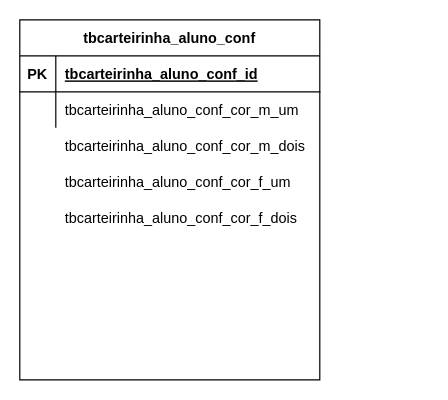
Before: carteirinha aluno modelagem.drawio in Djalma0multfacil/carteirinha_modelagem, a draw.io diagram. Source tidied: cells renumbered, new cells numbered last; positions are measured from the earlier drawing's top-left corner, leaving out a move shared by most shapes. Both pictures are drawn from the tidied source at 120%, with x=0, y=0 at pixel (19, 19).
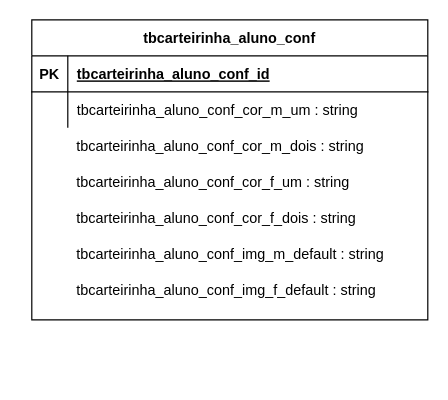
Above is the later version.

The edit, as a diff of the source:
```diff
@@
     <mxCell id="2" value="tbcarteirinha_aluno_conf" style="shape=table;startSize=30;childLayout=tableLayout;rowLines=0;fontStyle=1;align=center;" parent="1" vertex="1">
-      <mxGeometry width="250" height="300" as="geometry" />
+      <mxGeometry x="10" width="330" height="250" as="geometry" />
     </mxCell>
     <mxCell id="3" style="shape=partialRectangle;fillColor=none;top=0;left=0;right=0;bottom=1;" parent="2" vertex="1">
-      <mxGeometry y="30" width="250" height="30" as="geometry" />
+      <mxGeometry y="30" width="330" height="30" as="geometry" />
     </mxCell>
@@
     <mxCell id="5" value="tbcarteirinha_aluno_conf_id" style="shape=partialRectangle;overflow=hidden;fillColor=none;top=0;left=0;bottom=0;right=0;align=left;spacingLeft=6;fontStyle=5;" parent="3" vertex="1">
-      <mxGeometry x="30" width="220" height="30" as="geometry" />
+      <mxGeometry x="30" width="300" height="30" as="geometry" />
     </mxCell>
     <mxCell id="6" style="shape=partialRectangle;fillColor=none;top=0;left=0;right=0;bottom=0;" parent="2" vertex="1">
-      <mxGeometry y="60" width="250" height="30" as="geometry" />
+      <mxGeometry y="60" width="330" height="30" as="geometry" />
     </mxCell>
@@
-    <mxCell id="8" value="tbcarteirinha_aluno_conf_cor_m_um" style="shape=partialRectangle;overflow=hidden;fillColor=none;top=0;left=0;bottom=0;right=0;align=left;spacingLeft=6;" parent="6" vertex="1">
-      <mxGeometry x="30" width="220" height="30" as="geometry" />
+    <mxCell id="8" value="tbcarteirinha_aluno_conf_cor_m_um : string " style="shape=partialRectangle;overflow=hidden;fillColor=none;top=0;left=0;bottom=0;right=0;align=left;spacingLeft=6;" parent="6" vertex="1">
+      <mxGeometry x="30" width="300" height="30" as="geometry" />
     </mxCell>
     <mxCell id="9" style="shape=partialRectangle;fillColor=none;top=0;left=0;right=0;bottom=0;" parent="1" vertex="1">
-      <mxGeometry y="90" width="250" height="30" as="geometry" />
+      <mxGeometry y="90" width="330" height="30" as="geometry" />
     </mxCell>
     <mxCell id="10" style="shape=partialRectangle;overflow=hidden;fillColor=none;top=0;left=0;bottom=0;right=0;" parent="9" vertex="1">
-      <mxGeometry width="30" height="30" as="geometry" />
+      <mxGeometry width="39.6" height="30" as="geometry" />
     </mxCell>
-    <mxCell id="11" value="tbcarteirinha_aluno_conf_cor_m_dois" style="shape=partialRectangle;overflow=hidden;fillColor=none;top=0;left=0;bottom=0;right=0;align=left;spacingLeft=6;" parent="9" vertex="1">
-      <mxGeometry x="30" width="220" height="30" as="geometry" />
+    <mxCell id="11" value="tbcarteirinha_aluno_conf_cor_m_dois : string" style="shape=partialRectangle;overflow=hidden;fillColor=none;top=0;left=0;bottom=0;right=0;align=left;spacingLeft=6;" parent="9" vertex="1">
+      <mxGeometry x="39.6" width="290.4" height="30" as="geometry" />
     </mxCell>
     <mxCell id="12" style="shape=partialRectangle;fillColor=none;top=0;left=0;right=0;bottom=0;" parent="1" vertex="1">
-      <mxGeometry y="120" width="250" height="30" as="geometry" />
+      <mxGeometry y="120" width="330" height="30" as="geometry" />
     </mxCell>
     <mxCell id="13" style="shape=partialRectangle;overflow=hidden;fillColor=none;top=0;left=0;bottom=0;right=0;" parent="12" vertex="1">
-      <mxGeometry width="30" height="30" as="geometry" />
+      <mxGeometry width="39.6" height="30" as="geometry" />
     </mxCell>
-    <mxCell id="14" value="tbcarteirinha_aluno_conf_cor_f_um" style="shape=partialRectangle;overflow=hidden;fillColor=none;top=0;left=0;bottom=0;right=0;align=left;spacingLeft=6;" parent="12" vertex="1">
-      <mxGeometry x="30" width="220" height="30" as="geometry" />
+    <mxCell id="14" value="tbcarteirinha_aluno_conf_cor_f_um : string" style="shape=partialRectangle;overflow=hidden;fillColor=none;top=0;left=0;bottom=0;right=0;align=left;spacingLeft=6;" parent="12" vertex="1">
+      <mxGeometry x="39.6" width="290.4" height="30" as="geometry" />
     </mxCell>
     <mxCell id="15" style="shape=partialRectangle;fillColor=none;top=0;left=0;right=0;bottom=0;" parent="1" vertex="1">
-      <mxGeometry y="150" width="250" height="30" as="geometry" />
+      <mxGeometry y="150" width="330" height="30" as="geometry" />
     </mxCell>
     <mxCell id="16" style="shape=partialRectangle;overflow=hidden;fillColor=none;top=0;left=0;bottom=0;right=0;" parent="15" vertex="1">
-      <mxGeometry width="30" height="30" as="geometry" />
+      <mxGeometry width="39.6" height="30" as="geometry" />
     </mxCell>
-    <mxCell id="17" value="tbcarteirinha_aluno_conf_cor_f_dois" style="shape=partialRectangle;overflow=hidden;fillColor=none;top=0;left=0;bottom=0;right=0;align=left;spacingLeft=6;" parent="15" vertex="1">
-      <mxGeometry x="30" width="220" height="30" as="geometry" />
+    <mxCell id="17" value="tbcarteirinha_aluno_conf_cor_f_dois : string" style="shape=partialRectangle;overflow=hidden;fillColor=none;top=0;left=0;bottom=0;right=0;align=left;spacingLeft=6;" parent="15" vertex="1">
+      <mxGeometry x="39.6" width="290.4" height="30" as="geometry" />
     </mxCell>
+    <mxCell id="18" style="shape=partialRectangle;fillColor=none;top=0;left=0;right=0;bottom=0;" parent="1" vertex="1">
+      <mxGeometry y="180" width="330" height="30" as="geometry" />
+    </mxCell>
+    <mxCell id="19" style="shape=partialRectangle;overflow=hidden;fillColor=none;top=0;left=0;bottom=0;right=0;" parent="18" vertex="1">
+      <mxGeometry width="39.6" height="30" as="geometry" />
+    </mxCell>
+    <mxCell id="20" value="tbcarteirinha_aluno_conf_img_m_default : string" style="shape=partialRectangle;overflow=hidden;fillColor=none;top=0;left=0;bottom=0;right=0;align=left;spacingLeft=6;" parent="18" vertex="1">
+      <mxGeometry x="39.6" width="290.4" height="30" as="geometry" />
+    </mxCell>
+    <mxCell id="21" style="shape=partialRectangle;fillColor=none;top=0;left=0;right=0;bottom=0;" parent="1" vertex="1">
+      <mxGeometry y="210" width="330" height="30" as="geometry" />
+    </mxCell>
+    <mxCell id="22" style="shape=partialRectangle;overflow=hidden;fillColor=none;top=0;left=0;bottom=0;right=0;" parent="21" vertex="1">
+      <mxGeometry width="39.6" height="30" as="geometry" />
+    </mxCell>
+    <mxCell id="23" value="tbcarteirinha_aluno_conf_img_f_default : string" style="shape=partialRectangle;overflow=hidden;fillColor=none;top=0;left=0;bottom=0;right=0;align=left;spacingLeft=6;" parent="21" vertex="1">
+      <mxGeometry x="39.6" width="290.4" height="30" as="geometry" />
+    </mxCell>
```
